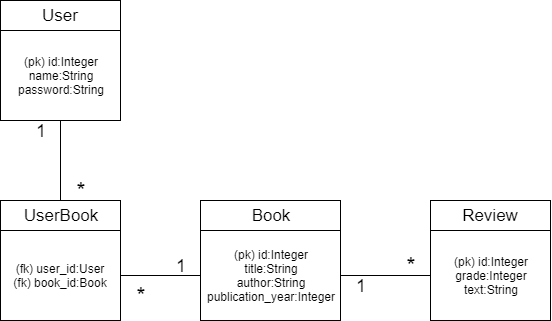
Earlier version of the draw.io export documentation/database_chart.png (guotin/tietokantasovellus). Source tidied: cells renumbered, new cells last; positions are measured from the earlier drawing's top-left corner, leaving out a move shared by most shapes.
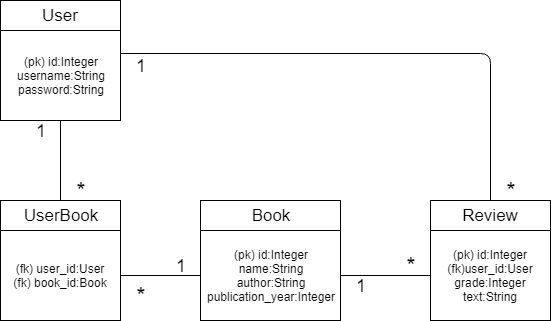
Later version of the same file.

Commit message:
improve database chart

Diff of the diagram source:
```diff
@@ -11,7 +11,7 @@
     <mxCell id="4" style="endArrow=none;html=1;entryX=1;entryY=0.25;entryDx=0;entryDy=0;exitX=0;exitY=0.25;exitDx=0;exitDy=0;" parent="1" edge="1" source="2" target="2">
       <mxGeometry relative="1" as="geometry" />
     </mxCell>
-    <mxCell id="5" value="(pk) id:Integer&lt;br&gt;name:String&lt;br&gt;password:String&lt;br&gt;" style="text;html=1;strokeColor=none;fillColor=none;align=center;verticalAlign=middle;whiteSpace=wrap;rounded=0;" parent="1" vertex="1">
+    <mxCell id="5" value="(pk) id:Integer&lt;br&gt;username:String&lt;br&gt;password:String&lt;br&gt;" style="text;html=1;strokeColor=none;fillColor=none;align=center;verticalAlign=middle;whiteSpace=wrap;rounded=0;" parent="1" vertex="1">
       <mxGeometry y="30" width="120" height="90" as="geometry" />
     </mxCell>
     <mxCell id="6" style="rounded=0;whiteSpace=wrap;html=1;" parent="1" vertex="1">
@@ -23,7 +23,7 @@
     <mxCell id="8" style="endArrow=none;html=1;entryX=1;entryY=0.25;entryDx=0;entryDy=0;exitX=0;exitY=0.25;exitDx=0;exitDy=0;" parent="1" edge="1" source="6" target="6">
       <mxGeometry relative="1" as="geometry" />
     </mxCell>
-    <mxCell id="9" value="(pk) id:Integer&lt;br&gt;title:String&lt;br&gt;author:String&lt;br&gt;publication_year:Integer&lt;br&gt;" style="text;html=1;strokeColor=none;fillColor=none;align=center;verticalAlign=middle;whiteSpace=wrap;rounded=0;" parent="1" vertex="1">
+    <mxCell id="9" value="(pk) id:Integer&lt;br&gt;name:String&lt;br&gt;author:String&lt;br&gt;publication_year:Integer&lt;br&gt;" style="text;html=1;strokeColor=none;fillColor=none;align=center;verticalAlign=middle;whiteSpace=wrap;rounded=0;" parent="1" vertex="1">
       <mxGeometry x="200" y="230" width="140" height="90" as="geometry" />
     </mxCell>
     <mxCell id="10" style="rounded=0;whiteSpace=wrap;html=1;" parent="1" vertex="1">
@@ -47,7 +47,7 @@
     <mxCell id="16" style="endArrow=none;html=1;entryX=1;entryY=0.25;entryDx=0;entryDy=0;exitX=0;exitY=0.25;exitDx=0;exitDy=0;" parent="1" edge="1" source="14" target="14">
       <mxGeometry relative="1" as="geometry" />
     </mxCell>
-    <mxCell id="17" value="(pk) id:Integer&lt;br&gt;grade:Integer&lt;br&gt;text:String&lt;br&gt;" style="text;html=1;strokeColor=none;fillColor=none;align=center;verticalAlign=middle;whiteSpace=wrap;rounded=0;" parent="1" vertex="1">
+    <mxCell id="17" value="(pk) id:Integer&lt;br&gt;(fk)user_id:User&lt;br&gt;grade:Integer&lt;br&gt;text:String&lt;br&gt;" style="text;html=1;strokeColor=none;fillColor=none;align=center;verticalAlign=middle;whiteSpace=wrap;rounded=0;" parent="1" vertex="1">
       <mxGeometry x="430" y="230" width="120" height="90" as="geometry" />
     </mxCell>
     <mxCell id="18" style="endArrow=none;html=1;entryX=0.5;entryY=1;entryDx=0;entryDy=0;exitX=0.5;exitY=0;exitDx=0;exitDy=0;" parent="1" edge="1" source="11" target="5">
@@ -77,5 +77,18 @@
     <mxCell id="26" value="&lt;font style=&quot;font-size: 18px&quot;&gt;1&lt;/font&gt;" style="text;html=1;strokeColor=none;fillColor=none;align=center;verticalAlign=middle;whiteSpace=wrap;rounded=0;" parent="1" vertex="1">
       <mxGeometry x="340" y="275" width="40" height="20" as="geometry" />
     </mxCell>
+    <mxCell id="27" style="endArrow=none;html=1;entryX=1;entryY=0.25;entryDx=0;entryDy=0;exitX=0.5;exitY=0;exitDx=0;exitDy=0;" parent="1" edge="1" source="15" target="5">
+      <mxGeometry relative="1" as="geometry">
+        <Array as="points">
+          <mxPoint x="490" y="53" />
+        </Array>
+      </mxGeometry>
+    </mxCell>
+    <mxCell id="28" value="&lt;font style=&quot;font-size: 23px&quot;&gt;*&lt;/font&gt;" style="text;html=1;strokeColor=none;fillColor=none;align=center;verticalAlign=middle;whiteSpace=wrap;rounded=0;" parent="1" vertex="1">
+      <mxGeometry x="490" y="180" width="40" height="20" as="geometry" />
+    </mxCell>
+    <mxCell id="29" value="&lt;font style=&quot;font-size: 18px&quot;&gt;1&lt;/font&gt;" style="text;html=1;strokeColor=none;fillColor=none;align=center;verticalAlign=middle;whiteSpace=wrap;rounded=0;" parent="1" vertex="1">
+      <mxGeometry x="120" y="55" width="40" height="20" as="geometry" />
+    </mxCell>
   </root>
 </mxGraphModel>
```
